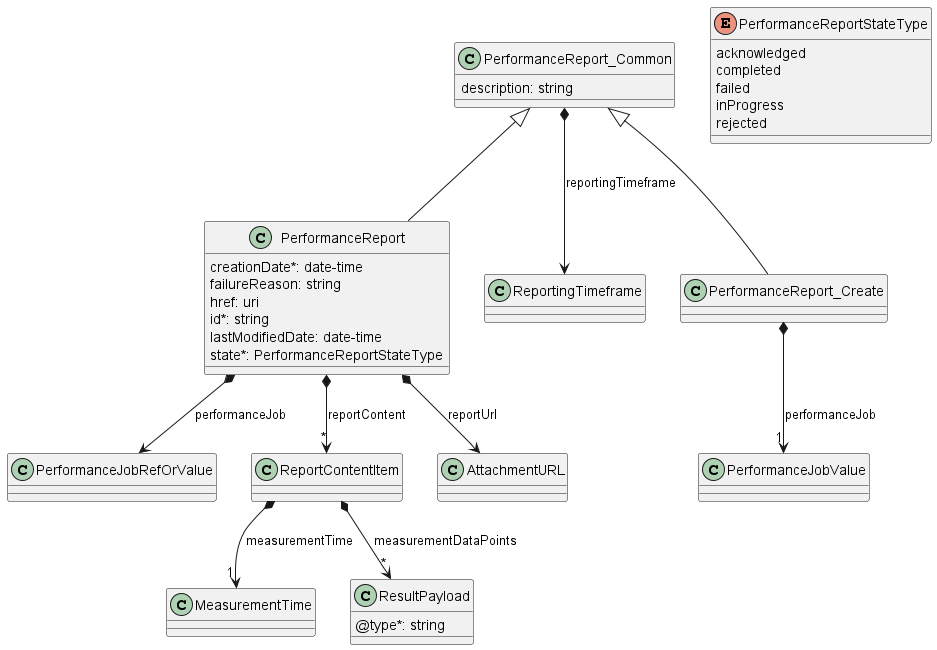
MEF-GIT/MEF-LSO-Legato-SDK keeps this PlantUML diagram as documentation/serviceApi/pm/performance/media/performanceReportModel.png. Above is the earlier version. Source of this version:
```plantuml
@startuml performanceReportModel

class PerformanceReport {

    creationDate*: date-time
    failureReason: string
    href: uri
    id*: string
    lastModifiedDate: date-time
    state*: PerformanceReportStateType
}
PerformanceReport_Common <|-- PerformanceReport

PerformanceReport *--> PerformanceJobRefOrValue : performanceJob
PerformanceReport *-->"*" ReportContentItem : reportContent
PerformanceReport *--> AttachmentURL : reportUrl

class PerformanceReport_Common {

    description: string
}

PerformanceReport_Common *--> ReportingTimeframe : reportingTimeframe


class PerformanceReport_Create {

}
PerformanceReport_Common <|-- PerformanceReport_Create

PerformanceReport_Create *-->"1" PerformanceJobValue : performanceJob

enum PerformanceReportStateType {

    acknowledged
    completed
    failed
    inProgress
    rejected
}

class ReportContentItem {

}

ReportContentItem *-->"1" MeasurementTime : measurementTime
ReportContentItem *-->"*" ResultPayload : measurementDataPoints

class ResultPayload {

    @type*: string
}


@enduml
```
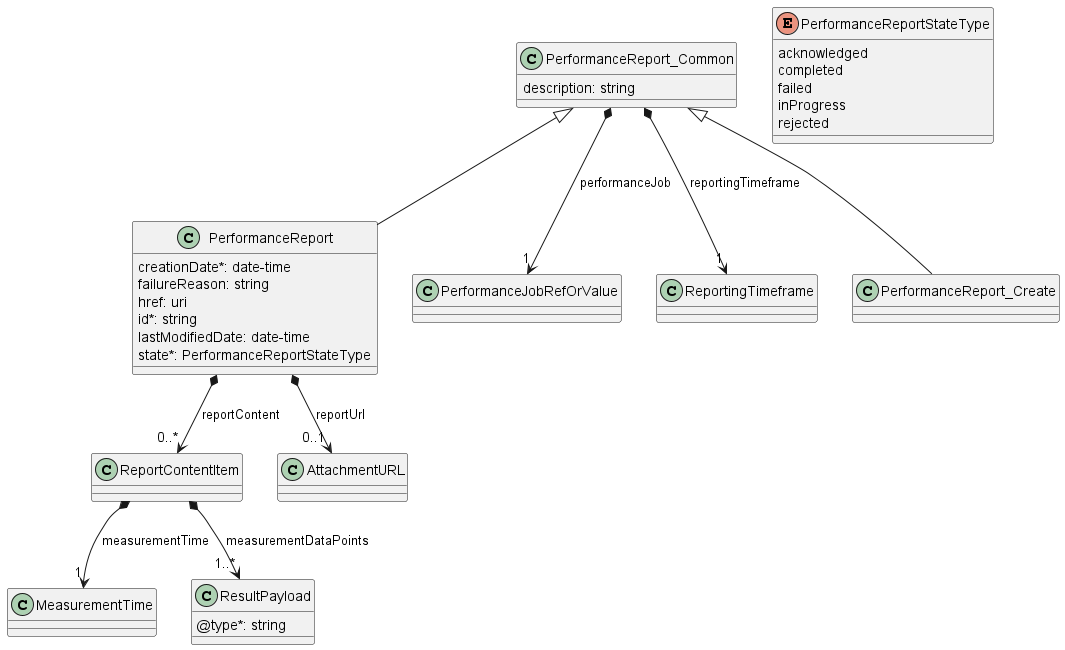
The same file after the commit.

Diff of the diagram source:
```diff
@@ -11,27 +11,26 @@
 }
 PerformanceReport_Common <|-- PerformanceReport
 
-PerformanceReport *--> PerformanceJobRefOrValue : performanceJob
-PerformanceReport *-->"*" ReportContentItem : reportContent
-PerformanceReport *--> AttachmentURL : reportUrl
+
+PerformanceReport *-->"0..*" ReportContentItem : reportContent
+PerformanceReport *-->"0..1" AttachmentURL : reportUrl
 
 class PerformanceReport_Common {
 
     description: string
 }
 
-PerformanceReport_Common *--> ReportingTimeframe : reportingTimeframe
-
+PerformanceReport_Common *-->"1" PerformanceJobRefOrValue : performanceJob
+PerformanceReport_Common *-->"1" ReportingTimeframe : reportingTimeframe
 
 class PerformanceReport_Create {
 
 }
+
 PerformanceReport_Common <|-- PerformanceReport_Create
 
-PerformanceReport_Create *-->"1" PerformanceJobValue : performanceJob
 
 enum PerformanceReportStateType {
-
     acknowledged
     completed
     failed
@@ -44,7 +43,7 @@
 }
 
 ReportContentItem *-->"1" MeasurementTime : measurementTime
-ReportContentItem *-->"*" ResultPayload : measurementDataPoints
+ReportContentItem *-->"1..*" ResultPayload : measurementDataPoints
 
 class ResultPayload {
 
```
